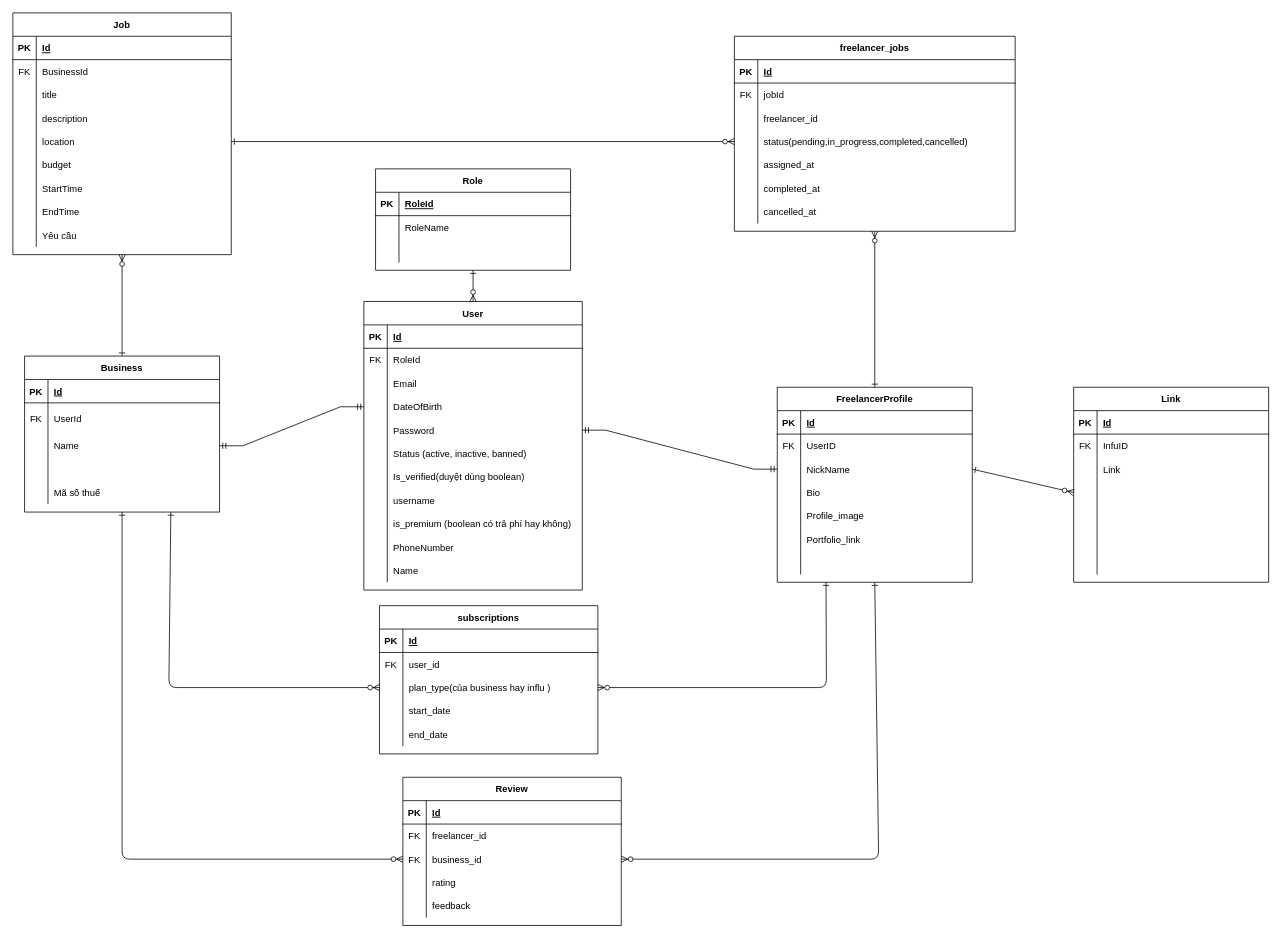
Above: Biểu đồ không có tiêu đề.drawio in carrotnie/exe2 (draw.io), before the change. Source tidied: cells renumbered, new cells numbered last; positions are measured from the earlier drawing's top-left corner, leaving out a move shared by most shapes. Both pictures are drawn from the tidied source at 78%, with x=0, y=0 at pixel (12, 12).
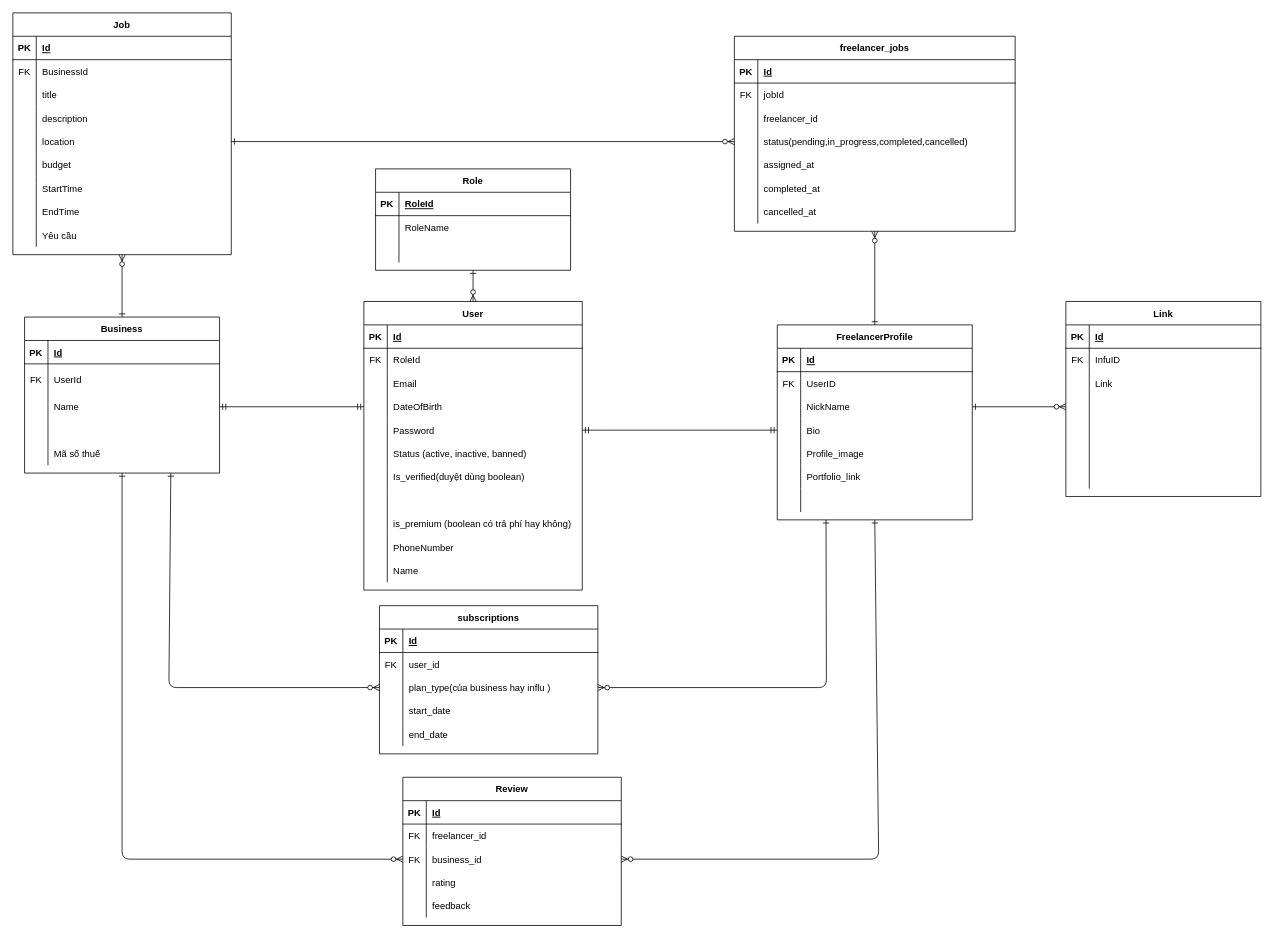
The same diagram, later.

Commit message:
Cập nhật Biểu đồ không có tiêu đề.drawio

Unchanged cells that the change refers to:
```xml
<mxCell id="12" style="shape=partialRectangle;fillColor=none;points=[[0,0.5],[1,0.5]];portConstraint=eastwest;top=0;left=0;right=0;bottom=0;" parent="2" vertex="1">
  <mxGeometry y="120" width="250" height="30" as="geometry" />
</mxCell>
<mxCell id="47" style="shape=partialRectangle;fillColor=none;points=[[0,0.5],[1,0.5]];portConstraint=eastwest;top=0;left=0;right=0;bottom=0;" parent="34" vertex="1">
  <mxGeometry y="150" width="280" height="30" as="geometry" />
</mxCell>
<mxCell id="56" style="shape=partialRectangle;fillColor=none;top=0;left=0;right=0;bottom=0;" parent="34" vertex="1">
  <mxGeometry y="240" width="280" height="30" as="geometry" />
</mxCell>
```

Diff of the diagram source:
```diff
@@
     <mxCell id="2" value="FreelancerProfile" style="shape=table;startSize=30;childLayout=tableLayout;rowLines=0;fontStyle=1;align=center;" parent="1" vertex="1">
-      <mxGeometry x="980" y="480" width="250" height="250" as="geometry" />
+      <mxGeometry x="980" y="400" width="250" height="250" as="geometry" />
     </mxCell>
@@
-    <mxCell id="58" value="username" style="shape=partialRectangle;overflow=hidden;fillColor=none;top=0;left=0;bottom=0;right=0;align=left;spacingLeft=6;" parent="56" vertex="1">
+    <mxCell id="58" style="shape=partialRectangle;overflow=hidden;fillColor=none;top=0;left=0;bottom=0;right=0;align=left;spacingLeft=6;" parent="56" vertex="1">
       <mxGeometry x="30" width="250" height="30" as="geometry" />
     </mxCell>
@@
     <mxCell id="69" value="Business" style="shape=table;startSize=30;childLayout=tableLayout;rowLines=0;fontStyle=1;align=center;" parent="1" vertex="1">
-      <mxGeometry x="15" y="440" width="250" height="200" as="geometry" />
+      <mxGeometry x="15" y="390" width="250" height="200" as="geometry" />
     </mxCell>
@@
-    <mxCell id="85" style="edgeStyle=entityRelationEdgeStyle;fontSize=12;html=1;endArrow=ERmandOne;startArrow=ERmandOne;rounded=0;exitX=1;exitY=0.5;exitDx=0;exitDy=0;entryX=0;entryY=0.5;entryDx=0;entryDy=0;" parent="1" edge="1" source="47">
-      <mxGeometry relative="1" as="geometry">
-        <mxPoint x="980" y="585" as="targetPoint" />
-      </mxGeometry>
+    <mxCell id="85" style="edgeStyle=entityRelationEdgeStyle;fontSize=12;html=1;endArrow=ERmandOne;startArrow=ERmandOne;rounded=0;exitX=1;exitY=0.5;exitDx=0;exitDy=0;entryX=0;entryY=0.5;entryDx=0;entryDy=0;" parent="1" edge="1" source="47" target="12">
+      <mxGeometry relative="1" as="geometry" />
     </mxCell>
@@
     <mxCell id="176" value="Link" style="shape=table;startSize=30;childLayout=tableLayout;rowLines=0;fontStyle=1;align=center;" parent="1" vertex="1">
-      <mxGeometry x="1360" y="480" width="250" height="250" as="geometry" />
+      <mxGeometry x="1350" y="370" width="250" height="250" as="geometry" />
     </mxCell>
```
